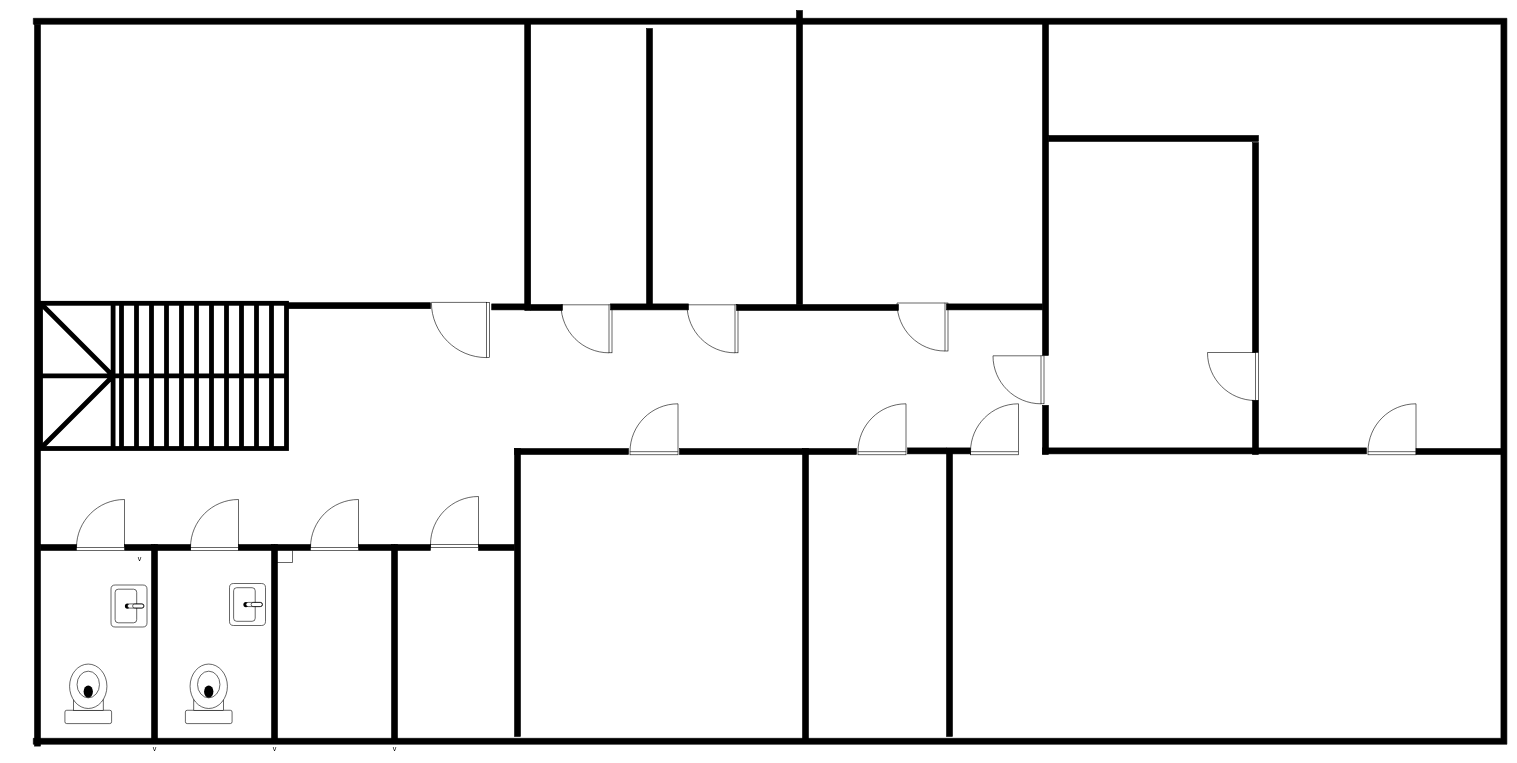
The draw.io diagram Диаграмма без названия.drawio in r200256/City_Lan, before the edit. Source tidied: cells renumbered, new cells numbered last; positions are measured from the earlier drawing's top-left corner, leaving out a move shared by most shapes. Both pictures are drawn from the tidied source at 60%, with x=0, y=0 at pixel (10, -356).
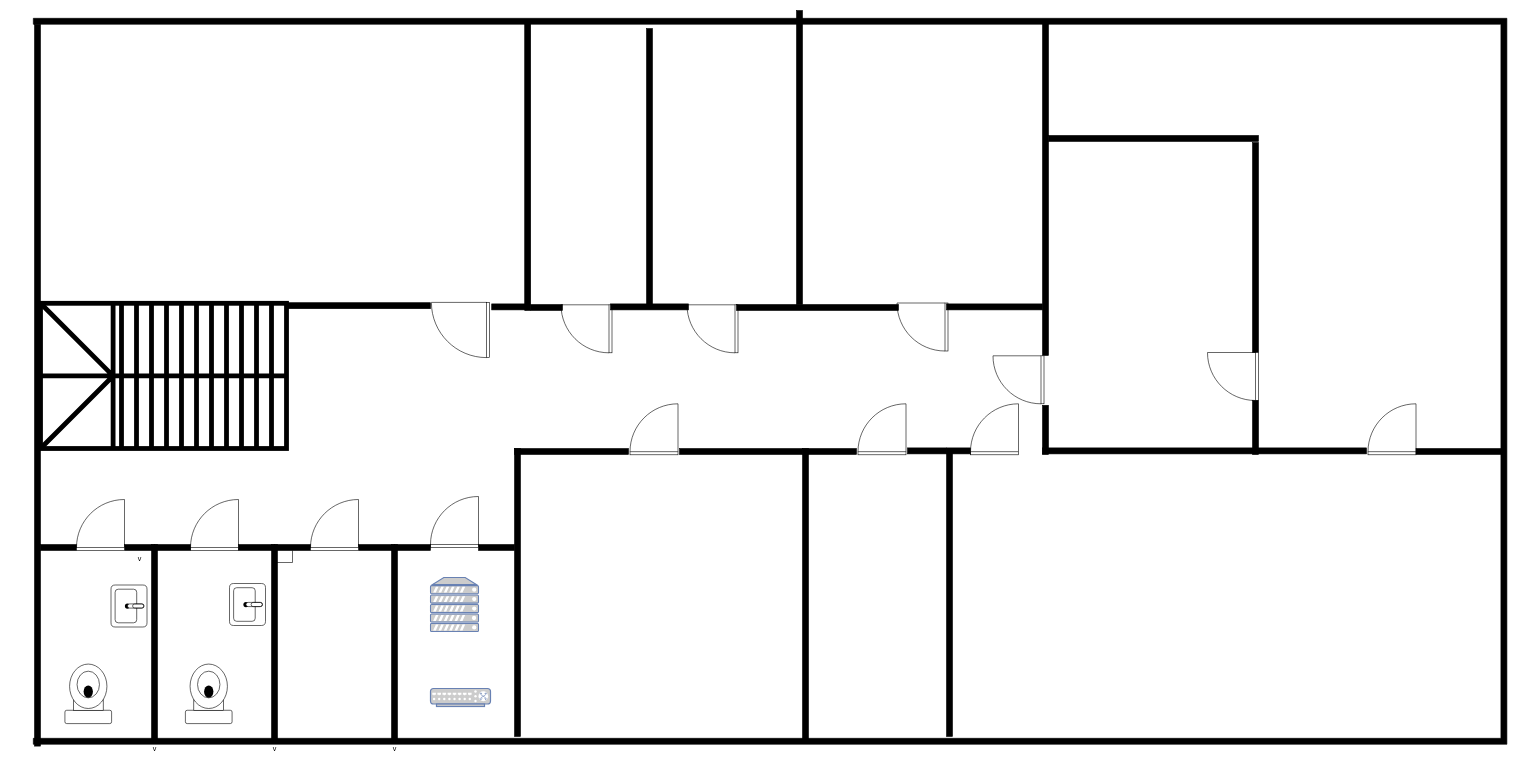
The same diagram, later.

Diff of the diagram source:
```diff
@@
+    <mxCell id="59" style="fontColor=#0066CC;verticalAlign=top;verticalLabelPosition=bottom;labelPosition=center;align=center;html=1;fillColor=#CCCCCC;strokeColor=#6881B3;gradientColor=none;gradientDirection=north;strokeWidth=2;shape=mxgraph.networks.server;" parent="1" vertex="1">
+      <mxGeometry x="700" y="1555" width="80" height="90" as="geometry" />
+    </mxCell>
+    <mxCell id="60" style="fontColor=#0066CC;verticalAlign=top;verticalLabelPosition=bottom;labelPosition=center;align=center;html=1;fillColor=#CCCCCC;strokeColor=#6881B3;gradientColor=none;gradientDirection=north;strokeWidth=2;shape=mxgraph.networks.switch;" parent="1" vertex="1">
+      <mxGeometry x="700" y="1740" width="100" height="30" as="geometry" />
+    </mxCell>
```
